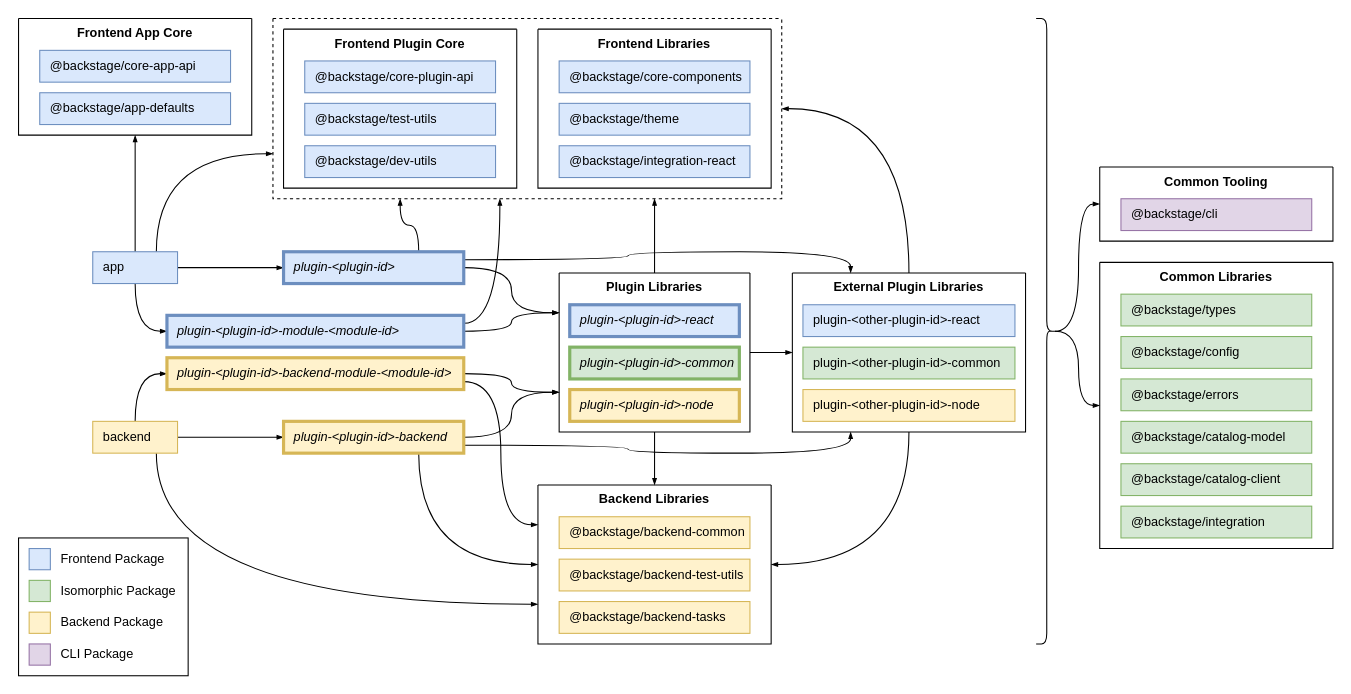
Before: docs/overview/package-architecture.drawio in basantra/backstage, a draw.io diagram. Source tidied: cells renumbered, new cells numbered last; positions are measured from the earlier drawing's top-left corner, leaving out a move shared by most shapes. Both pictures are drawn from the tidied source at 106%, with x=0, y=0 at pixel (18, 18).
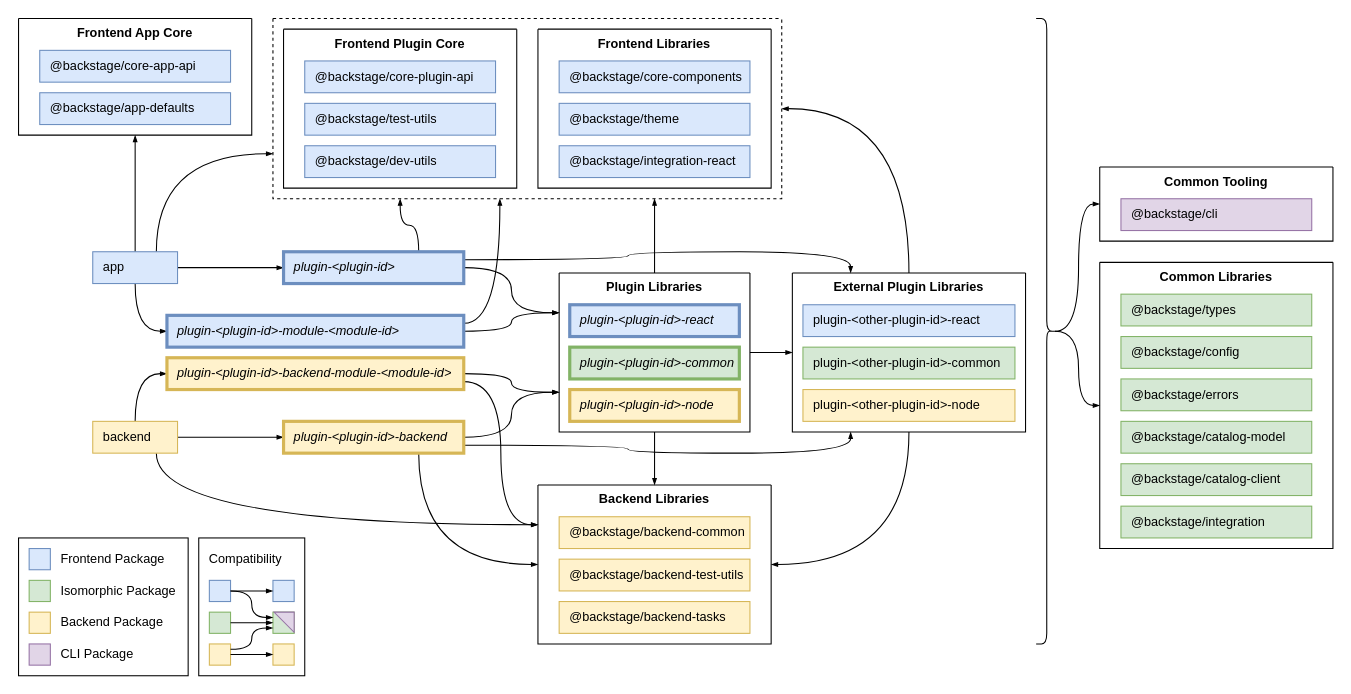
After the change.

Commit message (it also covers changes not shown here):
docs: add compatibility table to package architecture diagram

Unchanged cells that the change refers to:
```xml
<mxCell id="10" value="backend" style="rounded=0;whiteSpace=wrap;html=1;perimeterSpacing=0;verticalAlign=middle;align=left;spacingLeft=8;spacing=2;fillColor=#fff2cc;strokeColor=#d6b656;strokeWidth=1;" parent="1" vertex="1">
  <mxGeometry x="70" y="380" width="80" height="30" as="geometry" />
</mxCell>
<mxCell id="18" value="plugin-&amp;lt;plugin-id&amp;gt;-backend" style="rounded=0;whiteSpace=wrap;html=1;perimeterSpacing=0;verticalAlign=middle;align=left;spacingLeft=8;spacing=2;fillColor=#fff2cc;strokeColor=#d6b656;strokeWidth=3;fontStyle=2;fontColor=#000000;" parent="1" vertex="1">
  <mxGeometry x="250" y="380" width="170" height="30" as="geometry" />
</mxCell>
<mxCell id="19" value="Backend Libraries" style="swimlane;startSize=0;align=center;verticalAlign=top;" parent="1" vertex="1">
  <mxGeometry x="490" y="440" width="220" height="150" as="geometry" />
</mxCell>
```

The edit, as a diff of the source:
```diff
@@
+    <mxCell id="76" style="rounded=0;whiteSpace=wrap;html=1;align=left;verticalAlign=top;fillColor=none;" parent="1" vertex="1">
+      <mxGeometry x="170" y="490" width="100" height="130" as="geometry" />
+    </mxCell>
@@
+    <mxCell id="9" style="edgeStyle=orthogonalEdgeStyle;rounded=1;jettySize=auto;html=1;exitX=1;exitY=0.5;exitDx=0;exitDy=0;fontColor=#000000;endArrow=blockThin;endFill=1;startSize=4;endSize=4;" parent="1" edge="1" source="10" target="18">
+      <mxGeometry relative="1" as="geometry" />
+    </mxCell>
-    <mxCell id="8" style="edgeStyle=orthogonalEdgeStyle;curved=1;rounded=0;jettySize=auto;html=1;exitX=0.75;exitY=1;exitDx=0;exitDy=0;entryX=0;entryY=0.75;entryDx=0;entryDy=0;fontColor=#000000;endArrow=blockThin;endFill=1;startSize=4;endSize=4;" parent="1" edge="1" source="10" target="19">
+    <mxCell id="8" style="edgeStyle=orthogonalEdgeStyle;curved=1;jettySize=auto;html=1;exitX=0.75;exitY=1;exitDx=0;exitDy=0;entryX=0;entryY=0.25;entryDx=0;entryDy=0;fontFamily=Tahoma;fontSize=11;fontColor=#000000;endArrow=blockThin;endFill=1;startSize=4;endSize=4;" parent="1" edge="1" source="10" target="19">
       <mxGeometry relative="1" as="geometry" />
     </mxCell>
-    <mxCell id="9" style="edgeStyle=orthogonalEdgeStyle;rounded=1;jettySize=auto;html=1;exitX=1;exitY=0.5;exitDx=0;exitDy=0;fontColor=#000000;endArrow=blockThin;endFill=1;startSize=4;endSize=4;" parent="1" edge="1" source="10" target="18">
-      <mxGeometry relative="1" as="geometry" />
-    </mxCell>
@@
+    <mxCell id="77" style="rounded=0;whiteSpace=wrap;html=1;perimeterSpacing=0;verticalAlign=middle;align=left;spacingLeft=8;spacing=2;fillColor=#dae8fc;strokeColor=#6c8ebf;" parent="1" vertex="1">
+      <mxGeometry x="180" y="530" width="20" height="20" as="geometry" />
+    </mxCell>
+    <mxCell id="78" style="rounded=0;whiteSpace=wrap;html=1;perimeterSpacing=0;verticalAlign=middle;align=left;spacingLeft=8;spacing=2;fillColor=#fff2cc;strokeColor=#d6b656;" parent="1" vertex="1">
+      <mxGeometry x="180" y="590" width="20" height="20" as="geometry" />
+    </mxCell>
+    <mxCell id="79" style="rounded=0;whiteSpace=wrap;html=1;perimeterSpacing=0;verticalAlign=middle;align=left;spacingLeft=8;spacing=2;fillColor=#d5e8d4;strokeColor=#82b366;" parent="1" vertex="1">
+      <mxGeometry x="180" y="560" width="20" height="20" as="geometry" />
+    </mxCell>
+    <mxCell id="80" style="rounded=0;whiteSpace=wrap;html=1;perimeterSpacing=0;verticalAlign=middle;align=left;spacingLeft=8;spacing=2;fillColor=#dae8fc;strokeColor=#6c8ebf;" parent="1" vertex="1">
+      <mxGeometry x="240" y="530" width="20" height="20" as="geometry" />
+    </mxCell>
+    <mxCell id="81" style="edgeStyle=orthogonalEdgeStyle;curved=1;jettySize=auto;html=1;exitX=1;exitY=0.5;exitDx=0;exitDy=0;fontFamily=Tahoma;fontSize=11;fontColor=#000000;endArrow=blockThin;endFill=1;startSize=4;endSize=4;" parent="1" edge="1" source="77" target="80">
+      <mxGeometry x="190" y="510" as="geometry" />
+    </mxCell>
+    <mxCell id="82" style="rounded=0;whiteSpace=wrap;html=1;perimeterSpacing=0;verticalAlign=middle;align=left;spacingLeft=8;spacing=2;fillColor=#fff2cc;strokeColor=#d6b656;" parent="1" vertex="1">
+      <mxGeometry x="240" y="590" width="20" height="20" as="geometry" />
+    </mxCell>
+    <mxCell id="83" style="edgeStyle=orthogonalEdgeStyle;curved=1;jettySize=auto;html=1;exitX=1;exitY=0.5;exitDx=0;exitDy=0;fontFamily=Tahoma;fontSize=11;fontColor=#000000;endArrow=blockThin;endFill=1;startSize=4;endSize=4;" parent="1" edge="1" source="78" target="82">
+      <mxGeometry x="190" y="510" as="geometry" />
+    </mxCell>
+    <mxCell id="84" style="rounded=0;whiteSpace=wrap;html=1;perimeterSpacing=0;verticalAlign=middle;align=left;spacingLeft=8;spacing=2;fillColor=#d5e8d4;strokeColor=#82b366;" parent="1" vertex="1">
+      <mxGeometry x="240" y="560" width="20" height="20" as="geometry" />
+    </mxCell>
+    <mxCell id="85" style="edgeStyle=orthogonalEdgeStyle;curved=1;jettySize=auto;html=1;exitX=1;exitY=0.5;exitDx=0;exitDy=0;entryX=0;entryY=0.25;entryDx=0;entryDy=0;fontFamily=Tahoma;fontSize=11;fontColor=#000000;endArrow=blockThin;endFill=1;startSize=4;endSize=4;" parent="1" edge="1" source="77" target="84">
+      <mxGeometry x="190" y="510" as="geometry" />
+    </mxCell>
+    <mxCell id="86" style="edgeStyle=orthogonalEdgeStyle;curved=1;jettySize=auto;html=1;exitX=1;exitY=0.25;exitDx=0;exitDy=0;entryX=0;entryY=0.75;entryDx=0;entryDy=0;fontFamily=Tahoma;fontSize=11;fontColor=#000000;endArrow=blockThin;endFill=1;startSize=4;endSize=4;" parent="1" edge="1" source="78" target="84">
+      <mxGeometry x="190" y="510" as="geometry" />
+    </mxCell>
+    <mxCell id="87" style="edgeStyle=orthogonalEdgeStyle;curved=1;jettySize=auto;html=1;exitX=1;exitY=0.5;exitDx=0;exitDy=0;entryX=0;entryY=0.5;entryDx=0;entryDy=0;fontFamily=Tahoma;fontSize=11;fontColor=#000000;endArrow=blockThin;endFill=1;startSize=4;endSize=4;" parent="1" edge="1" source="79" target="84">
+      <mxGeometry x="190" y="510" as="geometry" />
+    </mxCell>
+    <mxCell id="88" value="Compatibility" style="text;html=1;strokeColor=none;fillColor=none;align=left;verticalAlign=middle;whiteSpace=wrap;rounded=0;dashed=1;spacingLeft=8;fontStyle=0;" parent="1" vertex="1">
+      <mxGeometry x="170" y="500" width="100" height="20" as="geometry" />
+    </mxCell>
+    <mxCell id="89" style="verticalLabelPosition=bottom;verticalAlign=top;html=1;shape=mxgraph.basic.orthogonal_triangle;rounded=0;shadow=0;glass=0;sketch=0;fontFamily=Tahoma;fontSize=11;strokeColor=#9673a6;strokeWidth=1;fillColor=#e1d5e7;rotation=-180;" parent="1" vertex="1">
+      <mxGeometry x="241" y="560" width="19" height="19" as="geometry" />
+    </mxCell>
```
